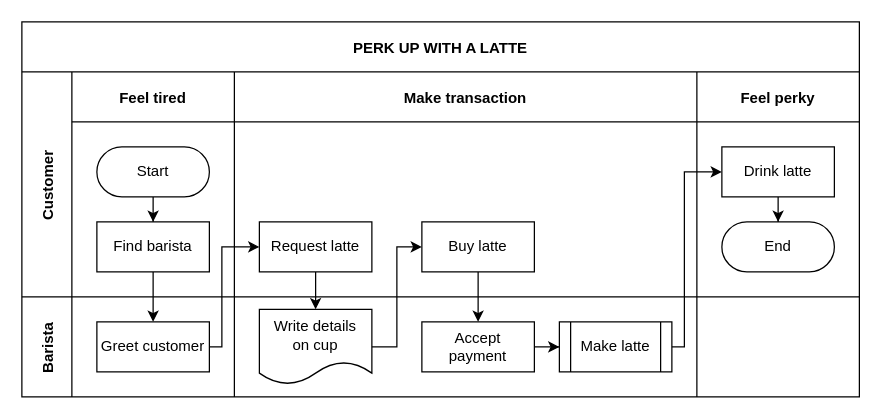
arozx/virtual_assitant keeps this draw.io diagram as voice_assistant.drawio. Above is the earlier version. Source tidied: cells renumbered, new cells numbered last; positions are measured from the earlier drawing's top-left corner, leaving out a move shared by most shapes. Both pictures are drawn from the tidied source at 125%, with x=0, y=0 at pixel (21, 21).
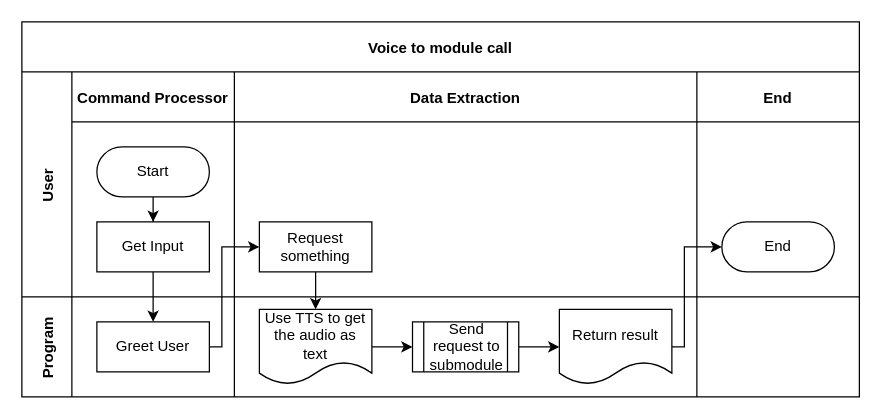
After the change.

Unchanged cells that the change refers to:
```xml
<mxCell id="15" value="End" style="rounded=1;whiteSpace=wrap;html=1;arcSize=50;" parent="12" vertex="1">
  <mxGeometry x="20" y="120" width="90" height="40" as="geometry" />
</mxCell>
<mxCell id="17" style="swimlane;swimlaneHead=0;swimlaneBody=0;fillColor=none;startSize=0;fontStyle=1;" parent="16" vertex="1">
  <mxGeometry x="40" width="130" height="80" as="geometry" />
</mxCell>
<mxCell id="19" style="swimlane;swimlaneHead=0;swimlaneBody=0;fillColor=none;startSize=0;fontStyle=1;" parent="16" vertex="1">
  <mxGeometry x="170" width="370" height="80" as="geometry" />
</mxCell>
```

The edit, as a diff of the source:
```diff
@@
-    <mxCell id="2" value="PERK UP WITH A LATTE" style="shape=table;childLayout=tableLayout;startSize=40;fillColor=none;fontStyle=1;" parent="1" vertex="1">
+    <mxCell id="2" value="Voice to module call" style="shape=table;childLayout=tableLayout;startSize=40;fillColor=none;fontStyle=1;" parent="1" vertex="1">
       <mxGeometry width="670" height="300" as="geometry" />
     </mxCell>
@@
-    <mxCell id="4" value="Customer" style="shape=tableRow;horizontal=0;swimlaneHead=0;swimlaneBody=0;top=0;left=0;bottom=0;right=0;fillColor=none;startSize=40;fontStyle=1;" parent="2" vertex="1">
+    <mxCell id="4" value="User" style="shape=tableRow;horizontal=0;swimlaneHead=0;swimlaneBody=0;top=0;left=0;bottom=0;right=0;fillColor=none;startSize=40;fontStyle=1;" parent="2" vertex="1">
       <mxGeometry y="40" width="670" height="180" as="geometry" />
     </mxCell>
-    <mxCell id="5" value="Feel tired" style="swimlane;swimlaneHead=0;swimlaneBody=0;fillColor=none;startSize=40;fontStyle=1;" parent="4" vertex="1">
+    <mxCell id="5" value="Command Processor" style="swimlane;swimlaneHead=0;swimlaneBody=0;fillColor=none;startSize=40;fontStyle=1;" parent="4" vertex="1">
       <mxGeometry x="40" width="130" height="180" as="geometry" />
     </mxCell>
@@
-    <mxCell id="8" value="Find barista" style="rounded=0;whiteSpace=wrap;html=1;" parent="5" vertex="1">
+    <mxCell id="8" value="Get Input" style="rounded=0;whiteSpace=wrap;html=1;" parent="5" vertex="1">
       <mxGeometry x="20" y="120" width="90" height="40" as="geometry" />
     </mxCell>
-    <mxCell id="9" value="Make transaction" style="swimlane;swimlaneHead=0;swimlaneBody=0;fillColor=none;startSize=40;fontStyle=1;" parent="4" vertex="1">
+    <mxCell id="9" value="Data Extraction" style="swimlane;swimlaneHead=0;swimlaneBody=0;fillColor=none;startSize=40;fontStyle=1;" parent="4" vertex="1">
       <mxGeometry x="170" width="370" height="180" as="geometry" />
     </mxCell>
-    <mxCell id="10" value="Request latte" style="rounded=0;whiteSpace=wrap;html=1;" parent="9" vertex="1">
+    <mxCell id="10" value="Request something" style="rounded=0;whiteSpace=wrap;html=1;" parent="9" vertex="1">
       <mxGeometry x="20" y="120" width="90" height="40" as="geometry" />
     </mxCell>
-    <mxCell id="11" value="Buy latte" style="rounded=0;whiteSpace=wrap;html=1;" parent="9" vertex="1">
-      <mxGeometry x="150" y="120" width="90" height="40" as="geometry" />
-    </mxCell>
-    <mxCell id="12" value="Feel perky" style="swimlane;swimlaneHead=0;swimlaneBody=0;fillColor=none;startSize=40;fontStyle=1;" parent="4" vertex="1">
+    <mxCell id="12" value="End" style="swimlane;swimlaneHead=0;swimlaneBody=0;fillColor=none;startSize=40;fontStyle=1;" parent="4" vertex="1">
       <mxGeometry x="540" width="130" height="180" as="geometry" />
     </mxCell>
-    <mxCell id="13" style="edgeStyle=orthogonalEdgeStyle;rounded=0;jettySize=auto;html=1;" parent="12" edge="1" source="14" target="15">
-      <mxGeometry relative="1" as="geometry" />
-    </mxCell>
-    <mxCell id="14" value="Drink latte" style="rounded=0;whiteSpace=wrap;html=1;" parent="12" vertex="1">
-      <mxGeometry x="20" y="60" width="90" height="40" as="geometry" />
-    </mxCell>
@@
-    <mxCell id="16" value="Barista" style="shape=tableRow;horizontal=0;swimlaneHead=0;swimlaneBody=0;top=0;left=0;bottom=0;right=0;fillColor=none;startSize=40;fontStyle=1;" parent="2" vertex="1">
+    <mxCell id="16" value="Program" style="shape=tableRow;horizontal=0;swimlaneHead=0;swimlaneBody=0;top=0;left=0;bottom=0;right=0;fillColor=none;startSize=40;fontStyle=1;" parent="2" vertex="1">
       <mxGeometry y="220" width="670" height="80" as="geometry" />
     </mxCell>
@@
-    <mxCell id="18" value="Greet customer" style="rounded=0;whiteSpace=wrap;html=1;" parent="17" vertex="1">
+    <mxCell id="18" value="Greet User" style="rounded=0;whiteSpace=wrap;html=1;" parent="17" vertex="1">
       <mxGeometry x="20" y="20" width="90" height="40" as="geometry" />
     </mxCell>
@@
-    <mxCell id="20" style="edgeStyle=orthogonalEdgeStyle;rounded=0;jettySize=auto;html=1;" parent="19" edge="1" source="21" target="23">
-      <mxGeometry relative="1" as="geometry" />
-    </mxCell>
-    <mxCell id="21" value="Accept&lt;br&gt;payment" style="rounded=0;whiteSpace=wrap;html=1;" parent="19" vertex="1">
-      <mxGeometry x="150" y="20" width="90" height="40" as="geometry" />
-    </mxCell>
+    <mxCell id="30" style="edgeStyle=orthogonalEdgeStyle;rounded=0;jettySize=auto;html=1;entryX=0;entryY=0.5;entryDx=0;entryDy=0;" parent="19" edge="1" source="22" target="23">
+      <mxGeometry relative="1" as="geometry" />
+    </mxCell>
-    <mxCell id="22" value="Write details&lt;br&gt;on cup" style="shape=document;whiteSpace=wrap;html=1;boundedLbl=1;" parent="19" vertex="1">
+    <mxCell id="22" value="Use TTS to get the audio as text" style="shape=document;whiteSpace=wrap;html=1;boundedLbl=1;" parent="19" vertex="1">
       <mxGeometry x="20" y="10" width="90" height="60" as="geometry" />
     </mxCell>
+    <mxCell id="31" style="edgeStyle=orthogonalEdgeStyle;rounded=0;jettySize=auto;html=1;" parent="19" edge="1" source="23" target="32">
+      <mxGeometry relative="1" as="geometry" />
+    </mxCell>
-    <mxCell id="23" value="Make latte" style="shape=process;whiteSpace=wrap;html=1;backgroundOutline=1;" parent="19" vertex="1">
-      <mxGeometry x="260" y="20" width="90" height="40" as="geometry" />
+    <mxCell id="23" value="Send request to submodule" style="shape=process;whiteSpace=wrap;html=1;backgroundOutline=1;" parent="19" vertex="1">
+      <mxGeometry x="142.5" y="20" width="85" height="40" as="geometry" />
     </mxCell>
+    <mxCell id="32" value="Return result" style="shape=document;whiteSpace=wrap;html=1;boundedLbl=1;" parent="19" vertex="1">
+      <mxGeometry x="260" y="10" width="90" height="60" as="geometry" />
+    </mxCell>
@@
-    <mxCell id="27" style="edgeStyle=orthogonalEdgeStyle;rounded=0;jettySize=auto;html=1;" parent="2" edge="1" source="22" target="11">
-      <mxGeometry relative="1" as="geometry">
-        <Array as="points">
-          <mxPoint x="300" y="260" />
-          <mxPoint x="300" y="180" />
-        </Array>
-      </mxGeometry>
-    </mxCell>
-    <mxCell id="28" style="edgeStyle=orthogonalEdgeStyle;rounded=0;jettySize=auto;html=1;" parent="2" edge="1" source="11" target="21">
-      <mxGeometry relative="1" as="geometry" />
-    </mxCell>
-    <mxCell id="29" style="edgeStyle=orthogonalEdgeStyle;rounded=0;jettySize=auto;html=1;" parent="2" edge="1" source="23" target="14">
-      <mxGeometry relative="1" as="geometry">
-        <Array as="points">
-          <mxPoint x="530" y="260" />
-          <mxPoint x="530" y="120" />
-        </Array>
-      </mxGeometry>
-    </mxCell>
+    <mxCell id="33" style="edgeStyle=orthogonalEdgeStyle;rounded=0;jettySize=auto;html=1;entryX=0;entryY=0.5;entryDx=0;entryDy=0;" parent="2" edge="1" source="32" target="15">
+      <mxGeometry relative="1" as="geometry">
+        <Array as="points">
+          <mxPoint x="530" y="260" />
+          <mxPoint x="530" y="180" />
+        </Array>
+      </mxGeometry>
+    </mxCell>
```
